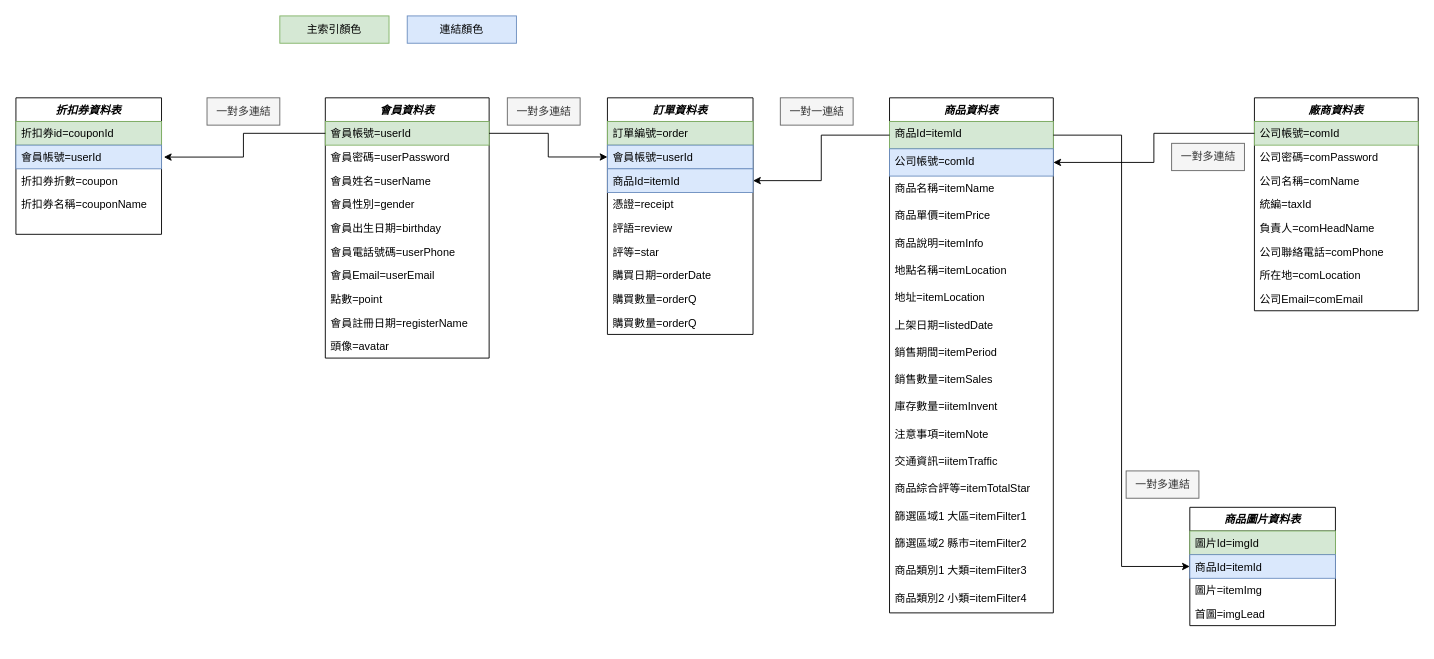
The draw.io diagram 資料/大專資料庫關聯圖.drawio in Krivsis/database, before the edit. Source tidied: cells renumbered, new cells numbered last; positions are measured from the earlier drawing's top-left corner, leaving out a move shared by most shapes. Both pictures are drawn from the tidied source at 91%, with x=0, y=0 at pixel (15, 15).
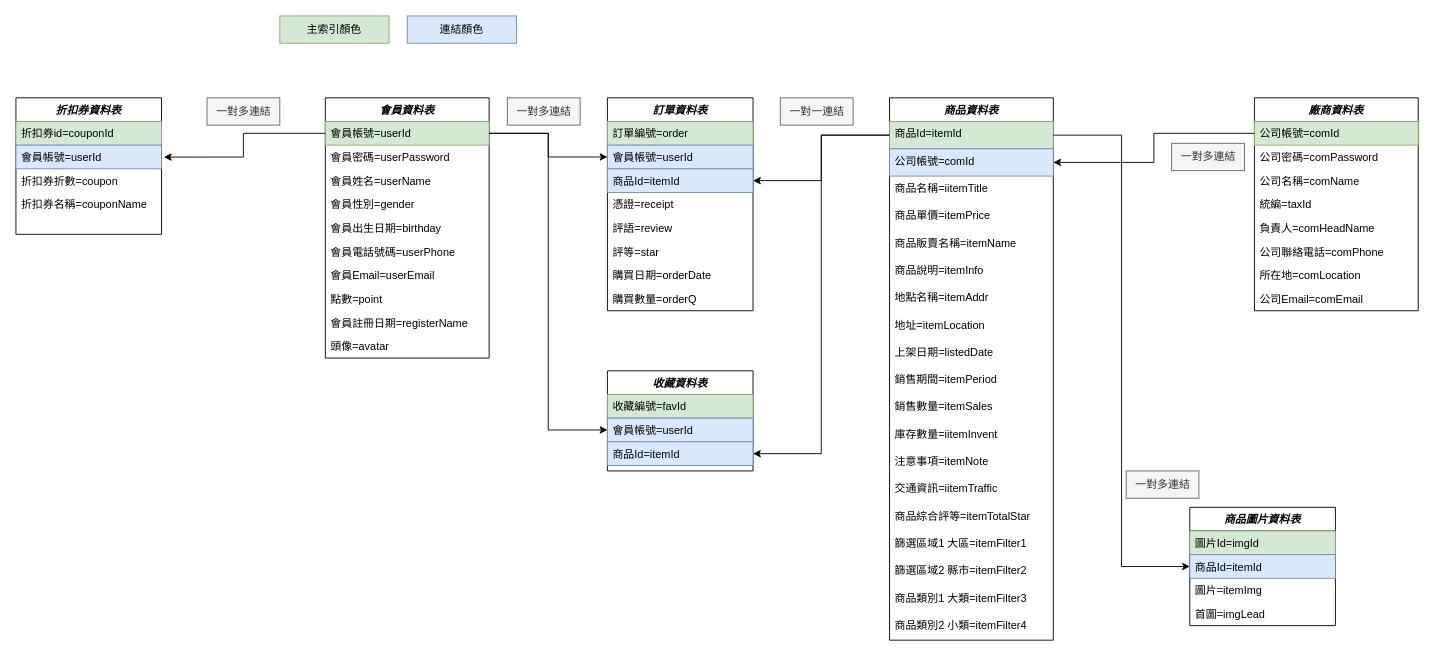
The same page after the edit.

Unchanged cells that the change refers to:
```xml
<mxCell id="3" value="會員帳號=userId" style="text;align=left;verticalAlign=top;spacingLeft=4;spacingRight=4;overflow=hidden;points=[[0,0.5],[1,0.5]];portConstraint=eastwest;fillColor=#d5e8d4;strokeColor=#82b366;" parent="2" vertex="1">
  <mxGeometry y="26" width="180" height="26" as="geometry" />
</mxCell>
<mxCell id="33" value="商品Id=itemId" style="text;align=left;verticalAlign=top;spacingLeft=4;spacingRight=4;overflow=hidden;points=[[0,0.5],[1,0.5]];portConstraint=eastwest;fillColor=#d5e8d4;strokeColor=#82b366;" parent="32" vertex="1">
  <mxGeometry y="26" width="180" height="30" as="geometry" />
</mxCell>
```

Diff of the diagram source:
```diff
@@
     <mxCell id="13" value="訂單資料表" style="swimlane;fontStyle=3;align=center;verticalAlign=top;horizontal=1;startSize=26;rounded=0;shadow=0;strokeWidth=1;" parent="1" vertex="1">
-      <mxGeometry x="650" y="90" width="160" height="260" as="geometry" />
+      <mxGeometry x="650" y="90" width="160" height="234" as="geometry" />
     </mxCell>
@@
-    <mxCell id="22" value="購買數量=orderQ" style="text;align=left;verticalAlign=top;spacingLeft=4;spacingRight=4;overflow=hidden;rounded=0;shadow=0;html=0;" parent="13" vertex="1">
-      <mxGeometry y="234" width="160" height="26" as="geometry" />
-    </mxCell>
@@
     <mxCell id="32" value="商品資料表" style="swimlane;fontStyle=3;align=center;verticalAlign=top;horizontal=1;startSize=26;rounded=0;shadow=0;strokeWidth=1;" parent="1" vertex="1">
-      <mxGeometry x="960" y="90" width="180" height="566" as="geometry" />
+      <mxGeometry x="960" y="90" width="180" height="596" as="geometry" />
     </mxCell>
@@
-    <mxCell id="35" value="商品名稱=itemName" style="text;align=left;verticalAlign=top;spacingLeft=4;spacingRight=4;overflow=hidden;rounded=0;shadow=0;html=0;" parent="32" vertex="1">
+    <mxCell id="35" value="商品名稱=iitemTitle" style="text;align=left;verticalAlign=top;spacingLeft=4;spacingRight=4;overflow=hidden;rounded=0;shadow=0;html=0;" parent="32" vertex="1">
       <mxGeometry y="86" width="180" height="30" as="geometry" />
     </mxCell>
@@
+    <mxCell id="73" value="商品販賣名稱=itemName" style="text;align=left;verticalAlign=top;spacingLeft=4;spacingRight=4;overflow=hidden;rounded=0;shadow=0;html=0;" parent="32" vertex="1">
+      <mxGeometry y="146" width="180" height="30" as="geometry" />
+    </mxCell>
     <mxCell id="37" value="商品說明=itemInfo" style="text;align=left;verticalAlign=top;spacingLeft=4;spacingRight=4;overflow=hidden;rounded=0;shadow=0;html=0;" parent="32" vertex="1">
-      <mxGeometry y="146" width="180" height="30" as="geometry" />
+      <mxGeometry y="176" width="180" height="30" as="geometry" />
     </mxCell>
-    <mxCell id="38" value="地點名稱=itemLocation" style="text;align=left;verticalAlign=top;spacingLeft=4;spacingRight=4;overflow=hidden;rounded=0;shadow=0;html=0;" parent="32" vertex="1">
-      <mxGeometry y="176" width="180" height="30" as="geometry" />
+    <mxCell id="38" value="地點名稱=itemAddr" style="text;align=left;verticalAlign=top;spacingLeft=4;spacingRight=4;overflow=hidden;rounded=0;shadow=0;html=0;" parent="32" vertex="1">
+      <mxGeometry y="206" width="180" height="30" as="geometry" />
     </mxCell>
     <mxCell id="39" value="地址=itemLocation" style="text;align=left;verticalAlign=top;spacingLeft=4;spacingRight=4;overflow=hidden;rounded=0;shadow=0;html=0;" parent="32" vertex="1">
-      <mxGeometry y="206" width="180" height="30" as="geometry" />
+      <mxGeometry y="236" width="180" height="30" as="geometry" />
     </mxCell>
     <mxCell id="40" value="上架日期=listedDate" style="text;align=left;verticalAlign=top;spacingLeft=4;spacingRight=4;overflow=hidden;rounded=0;shadow=0;html=0;" parent="32" vertex="1">
-      <mxGeometry y="236" width="180" height="30" as="geometry" />
+      <mxGeometry y="266" width="180" height="30" as="geometry" />
     </mxCell>
     <mxCell id="41" value="銷售期間=itemPeriod" style="text;align=left;verticalAlign=top;spacingLeft=4;spacingRight=4;overflow=hidden;rounded=0;shadow=0;html=0;" parent="32" vertex="1">
-      <mxGeometry y="266" width="180" height="30" as="geometry" />
+      <mxGeometry y="296" width="180" height="30" as="geometry" />
     </mxCell>
     <mxCell id="42" value="銷售數量=itemSales" style="text;align=left;verticalAlign=top;spacingLeft=4;spacingRight=4;overflow=hidden;rounded=0;shadow=0;html=0;" parent="32" vertex="1">
-      <mxGeometry y="296" width="180" height="30" as="geometry" />
+      <mxGeometry y="326" width="180" height="30" as="geometry" />
     </mxCell>
     <mxCell id="43" value="庫存數量=iitemInvent" style="text;align=left;verticalAlign=top;spacingLeft=4;spacingRight=4;overflow=hidden;rounded=0;shadow=0;html=0;" parent="32" vertex="1">
-      <mxGeometry y="326" width="180" height="30" as="geometry" />
+      <mxGeometry y="356" width="180" height="30" as="geometry" />
     </mxCell>
     <mxCell id="44" value="注意事項=itemNote" style="text;align=left;verticalAlign=top;spacingLeft=4;spacingRight=4;overflow=hidden;rounded=0;shadow=0;html=0;" parent="32" vertex="1">
-      <mxGeometry y="356" width="180" height="30" as="geometry" />
+      <mxGeometry y="386" width="180" height="30" as="geometry" />
     </mxCell>
     <mxCell id="45" value="交通資訊=iitemTraffic" style="text;align=left;verticalAlign=top;spacingLeft=4;spacingRight=4;overflow=hidden;rounded=0;shadow=0;html=0;" parent="32" vertex="1">
-      <mxGeometry y="386" width="180" height="30" as="geometry" />
+      <mxGeometry y="416" width="180" height="30" as="geometry" />
     </mxCell>
     <mxCell id="46" value="商品綜合評等=itemTotalStar" style="text;align=left;verticalAlign=top;spacingLeft=4;spacingRight=4;overflow=hidden;rounded=0;shadow=0;html=0;" parent="32" vertex="1">
-      <mxGeometry y="416" width="180" height="30" as="geometry" />
+      <mxGeometry y="446" width="180" height="30" as="geometry" />
     </mxCell>
     <mxCell id="47" value="篩選區域1 大區=itemFilter1" style="text;align=left;verticalAlign=top;spacingLeft=4;spacingRight=4;overflow=hidden;rounded=0;shadow=0;html=0;" parent="32" vertex="1">
-      <mxGeometry y="446" width="180" height="30" as="geometry" />
+      <mxGeometry y="476" width="180" height="30" as="geometry" />
     </mxCell>
     <mxCell id="48" value="篩選區域2 縣市=itemFilter2&#10;" style="text;align=left;verticalAlign=top;spacingLeft=4;spacingRight=4;overflow=hidden;rounded=0;shadow=0;html=0;" parent="32" vertex="1">
-      <mxGeometry y="476" width="180" height="30" as="geometry" />
+      <mxGeometry y="506" width="180" height="30" as="geometry" />
     </mxCell>
     <mxCell id="49" value="商品類別1 大類=itemFilter3" style="text;align=left;verticalAlign=top;spacingLeft=4;spacingRight=4;overflow=hidden;rounded=0;shadow=0;html=0;" parent="32" vertex="1">
-      <mxGeometry y="506" width="180" height="30" as="geometry" />
+      <mxGeometry y="536" width="180" height="30" as="geometry" />
     </mxCell>
     <mxCell id="50" value="商品類別2 小類=itemFilter4&#10;" style="text;align=left;verticalAlign=top;spacingLeft=4;spacingRight=4;overflow=hidden;rounded=0;shadow=0;html=0;" parent="32" vertex="1">
-      <mxGeometry y="536" width="180" height="30" as="geometry" />
+      <mxGeometry y="566" width="180" height="30" as="geometry" />
     </mxCell>
@@
+    <mxCell id="74" value="收藏資料表" style="swimlane;fontStyle=3;align=center;verticalAlign=top;horizontal=1;startSize=26;rounded=0;shadow=0;strokeWidth=1;" parent="1" vertex="1">
+      <mxGeometry x="650" y="390" width="160" height="110" as="geometry" />
+    </mxCell>
+    <mxCell id="75" value="收藏編號=favId" style="text;align=left;verticalAlign=top;spacingLeft=4;spacingRight=4;overflow=hidden;fillColor=#d5e8d4;strokeColor=#82b366;" parent="74" vertex="1">
+      <mxGeometry y="26" width="160" height="26" as="geometry" />
+    </mxCell>
+    <mxCell id="76" value="會員帳號=userId" style="text;align=left;verticalAlign=top;spacingLeft=4;spacingRight=4;overflow=hidden;points=[[0,0.5],[1,0.5]];portConstraint=eastwest;rounded=0;shadow=0;html=0;fillColor=#dae8fc;strokeColor=#6c8ebf;" parent="74" vertex="1">
+      <mxGeometry y="52" width="160" height="26" as="geometry" />
+    </mxCell>
+    <mxCell id="77" value="商品Id=itemId" style="text;align=left;verticalAlign=top;spacingLeft=4;spacingRight=4;overflow=hidden;points=[[0,0.5],[1,0.5]];portConstraint=eastwest;rounded=0;shadow=0;html=0;fillColor=#dae8fc;strokeColor=#6c8ebf;" parent="74" vertex="1">
+      <mxGeometry y="78" width="160" height="26" as="geometry" />
+    </mxCell>
+    <mxCell id="78" style="edgeStyle=orthogonalEdgeStyle;rounded=0;jettySize=auto;html=1;exitX=1;exitY=0.5;exitDx=0;exitDy=0;entryX=0;entryY=0.5;entryDx=0;entryDy=0;" parent="1" edge="1" source="3" target="76">
+      <mxGeometry relative="1" as="geometry" />
+    </mxCell>
+    <mxCell id="79" style="edgeStyle=orthogonalEdgeStyle;rounded=0;jettySize=auto;html=1;exitX=0;exitY=0.5;exitDx=0;exitDy=0;entryX=1;entryY=0.5;entryDx=0;entryDy=0;" parent="1" edge="1" source="33" target="77">
+      <mxGeometry relative="1" as="geometry" />
+    </mxCell>
```
